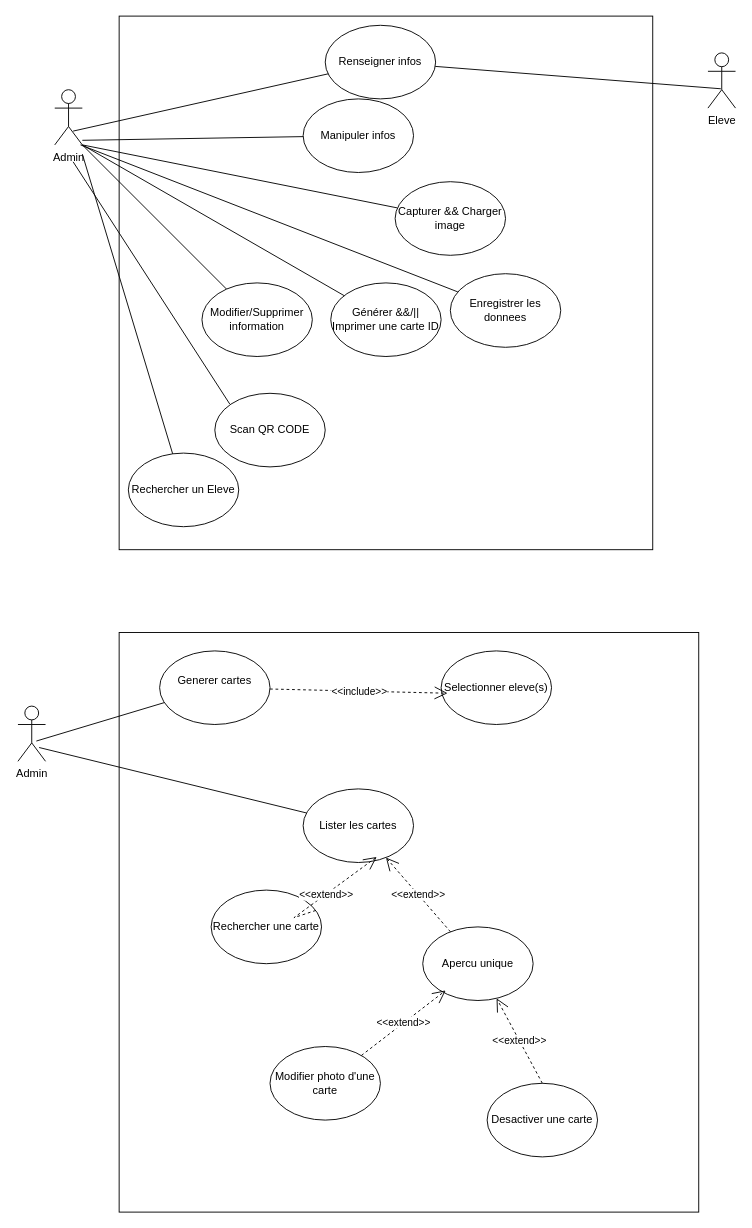
djibzo/gitgit keeps this draw.io diagram as Diagramme sans nom.drawio. Above is the earlier version. Source tidied: cells renumbered, new cells numbered last; positions are measured from the earlier drawing's top-left corner, leaving out a move shared by most shapes. Both pictures are drawn from the tidied source at 92%, with x=0, y=0 at pixel (17, 16).
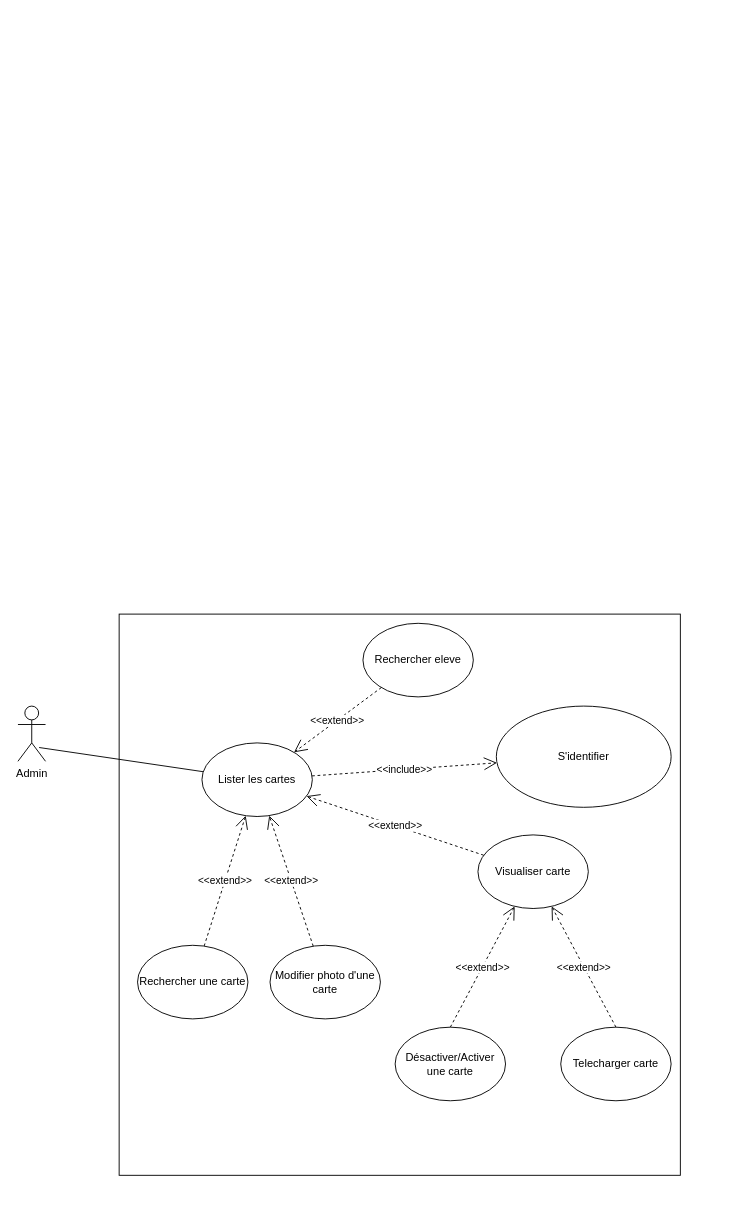
The same diagram, later.

Commit message:
Mettre à jour Diagramme sans nom.drawio

The change refers to these unchanged cells:
```xml
<mxCell id="3" value="Admin" style="shape=umlActor;verticalLabelPosition=bottom;verticalAlign=top;html=1;" parent="1" vertex="1">
  <mxGeometry y="750" width="30" height="60" as="geometry" />
</mxCell>
```

Diff of the diagram source:
```diff
@@
-    <mxCell id="2" style="whiteSpace=wrap;html=1;" parent="1" vertex="1">
-      <mxGeometry x="110" width="580" height="580" as="geometry" />
-    </mxCell>
@@
-    <mxCell id="4" value="Eleve" style="shape=umlActor;verticalLabelPosition=bottom;verticalAlign=top;html=1;" parent="1" vertex="1">
-      <mxGeometry x="750" y="40" width="30" height="60" as="geometry" />
-    </mxCell>
-    <mxCell id="5" value="Renseigner infos" style="ellipse;whiteSpace=wrap;html=1;" parent="1" vertex="1">
-      <mxGeometry x="334" y="10" width="120" height="80" as="geometry" />
-    </mxCell>
-    <mxCell id="6" style="endArrow=none;html=1;rounded=0;" parent="1" edge="1" target="5">
-      <mxGeometry relative="1" as="geometry">
-        <mxPoint x="60" y="125" as="sourcePoint" />
-      </mxGeometry>
-    </mxCell>
-    <mxCell id="7" value="Manipuler infos" style="ellipse;whiteSpace=wrap;html=1;" parent="1" vertex="1">
-      <mxGeometry x="310" y="90" width="120" height="80" as="geometry" />
-    </mxCell>
-    <mxCell id="8" style="endArrow=none;html=1;rounded=0;" parent="1" edge="1" target="7">
-      <mxGeometry relative="1" as="geometry">
-        <mxPoint x="70" y="135" as="sourcePoint" />
-      </mxGeometry>
-    </mxCell>
-    <mxCell id="9" style="endArrow=none;html=1;rounded=0;" parent="1" edge="1" target="10">
-      <mxGeometry relative="1" as="geometry">
-        <mxPoint x="70" y="140" as="sourcePoint" />
-      </mxGeometry>
-    </mxCell>
-    <mxCell id="10" value="Capturer &amp;amp;&amp;amp; Charger image" style="ellipse;whiteSpace=wrap;html=1;" parent="1" vertex="1">
-      <mxGeometry x="410" y="180" width="120" height="80" as="geometry" />
-    </mxCell>
-    <mxCell id="11" style="endArrow=none;html=1;rounded=0;entryX=0.467;entryY=0.65;entryDx=0;entryDy=0;entryPerimeter=0;" parent="1" edge="1" source="5" target="4">
-      <mxGeometry relative="1" as="geometry" />
-    </mxCell>
-    <mxCell id="12" style="endArrow=none;html=1;rounded=0;" parent="1" edge="1" target="13">
-      <mxGeometry relative="1" as="geometry">
-        <mxPoint x="68" y="140" as="sourcePoint" />
-      </mxGeometry>
-    </mxCell>
-    <mxCell id="13" value="Enregistrer les donnees" style="ellipse;whiteSpace=wrap;html=1;" parent="1" vertex="1">
-      <mxGeometry x="470" y="280" width="120" height="80" as="geometry" />
-    </mxCell>
-    <mxCell id="14" value="Générer &amp;amp;&amp;amp;/|| Imprimer une carte ID" style="ellipse;whiteSpace=wrap;html=1;" parent="1" vertex="1">
-      <mxGeometry x="340" y="290" width="120" height="80" as="geometry" />
-    </mxCell>
-    <mxCell id="15" style="endArrow=none;html=1;rounded=0;" parent="1" edge="1" target="14">
-      <mxGeometry relative="1" as="geometry">
-        <mxPoint x="70" y="140" as="sourcePoint" />
-      </mxGeometry>
-    </mxCell>
-    <mxCell id="16" value="Rechercher un Eleve" style="ellipse;whiteSpace=wrap;html=1;" parent="1" vertex="1">
-      <mxGeometry x="120" y="475" width="120" height="80" as="geometry" />
-    </mxCell>
-    <mxCell id="17" style="endArrow=none;html=1;rounded=0;" parent="1" edge="1" target="16">
-      <mxGeometry relative="1" as="geometry">
-        <mxPoint x="70" y="150" as="sourcePoint" />
-      </mxGeometry>
-    </mxCell>
-    <mxCell id="18" value="Modifier/Supprimer information" style="ellipse;whiteSpace=wrap;html=1;" parent="1" vertex="1">
-      <mxGeometry x="200" y="290" width="120" height="80" as="geometry" />
-    </mxCell>
-    <mxCell id="19" style="endArrow=none;html=1;rounded=0;" parent="1" edge="1" target="18">
-      <mxGeometry relative="1" as="geometry">
-        <mxPoint x="70" y="140" as="sourcePoint" />
-      </mxGeometry>
-    </mxCell>
-    <mxCell id="20" value="Scan QR CODE" style="ellipse;whiteSpace=wrap;html=1;" parent="1" vertex="1">
-      <mxGeometry x="214" y="410" width="120" height="80" as="geometry" />
-    </mxCell>
-    <mxCell id="21" style="endArrow=none;html=1;rounded=0;" parent="1" edge="1">
-      <mxGeometry relative="1" as="geometry">
-        <mxPoint x="60" y="158.4" as="sourcePoint" />
-        <mxPoint x="230.2" y="421.6" as="targetPoint" />
-      </mxGeometry>
-    </mxCell>
     <mxCell id="22" style="whiteSpace=wrap;html=1;" parent="1" vertex="1">
-      <mxGeometry x="110" y="670" width="630" height="630" as="geometry" />
+      <mxGeometry x="110" y="650" width="610" height="610" as="geometry" />
     </mxCell>
-    <mxCell id="23" value="Admin" style="shape=umlActor;verticalLabelPosition=bottom;verticalAlign=top;html=1;" parent="1" vertex="1">
-      <mxGeometry x="40" y="80" width="30" height="60" as="geometry" />
-    </mxCell>
-    <mxCell id="24" value="Generer cartes&lt;div&gt;&lt;br&gt;&lt;/div&gt;" style="ellipse;whiteSpace=wrap;html=1;" parent="1" vertex="1">
-      <mxGeometry x="154" y="690" width="120" height="80" as="geometry" />
-    </mxCell>
     <mxCell id="25" value="&lt;div&gt;Lister les cartes&lt;/div&gt;" style="ellipse;whiteSpace=wrap;html=1;" parent="1" vertex="1">
-      <mxGeometry x="310" y="840" width="120" height="80" as="geometry" />
+      <mxGeometry x="200" y="790" width="120" height="80" as="geometry" />
     </mxCell>
-    <mxCell id="26" value="&lt;div&gt;Desactiver une carte&lt;/div&gt;" style="ellipse;whiteSpace=wrap;html=1;" parent="1" vertex="1">
-      <mxGeometry x="510" y="1160" width="120" height="80" as="geometry" />
+    <mxCell id="26" value="&lt;div&gt;Désactiver/Activer une carte&lt;/div&gt;" style="ellipse;whiteSpace=wrap;html=1;" parent="1" vertex="1">
+      <mxGeometry x="410" y="1099" width="120" height="80" as="geometry" />
     </mxCell>
     <mxCell id="27" value="&lt;div&gt;Rechercher une carte&lt;/div&gt;" style="ellipse;whiteSpace=wrap;html=1;" parent="1" vertex="1">
-      <mxGeometry x="210" y="950" width="120" height="80" as="geometry" />
+      <mxGeometry x="130" y="1010" width="120" height="80" as="geometry" />
     </mxCell>
-    <mxCell id="28" value="&amp;lt;&amp;lt;extend&amp;gt;&amp;gt;" style="endArrow=open;endSize=12;dashed=1;html=1;rounded=0;entryX=0.667;entryY=0.925;entryDx=0;entryDy=0;entryPerimeter=0;" parent="1" edge="1" source="27" target="25">
-      <mxGeometry relative="1" as="geometry">
-        <Array as="points">
-          <mxPoint x="300" y="980" />
-        </Array>
-      </mxGeometry>
+    <mxCell id="28" value="&amp;lt;&amp;lt;extend&amp;gt;&amp;gt;" style="endArrow=open;endSize=12;dashed=1;html=1;rounded=0;" parent="1" edge="1" source="27" target="25">
+      <mxGeometry relative="1" as="geometry" />
     </mxCell>
@@
-    <mxCell id="30" value="&lt;div&gt;Selectionner eleve(s)&lt;/div&gt;" style="ellipse;whiteSpace=wrap;html=1;" parent="1" vertex="1">
-      <mxGeometry x="460" y="690" width="120" height="80" as="geometry" />
+    <mxCell id="30" value="&lt;div&gt;Rechercher eleve&lt;/div&gt;" style="ellipse;whiteSpace=wrap;html=1;" parent="1" vertex="1">
+      <mxGeometry x="375" y="660" width="120" height="80" as="geometry" />
     </mxCell>
-    <mxCell id="31" value="&amp;lt;&amp;lt;include&amp;gt;&amp;gt;" style="endArrow=open;endSize=12;dashed=1;html=1;rounded=0;entryX=0.058;entryY=0.575;entryDx=0;entryDy=0;entryPerimeter=0;" parent="1" edge="1" source="24" target="30">
-      <mxGeometry relative="1" as="geometry" />
-    </mxCell>
-    <mxCell id="32" value="&lt;div&gt;Apercu unique&lt;/div&gt;" style="ellipse;whiteSpace=wrap;html=1;" parent="1" vertex="1">
-      <mxGeometry x="440" y="990" width="120" height="80" as="geometry" />
+    <mxCell id="32" value="&lt;div&gt;Visualiser carte&lt;/div&gt;" style="ellipse;whiteSpace=wrap;html=1;" parent="1" vertex="1">
+      <mxGeometry x="500" y="890" width="120" height="80" as="geometry" />
     </mxCell>
@@
     <mxCell id="34" value="&lt;div&gt;Modifier photo d'une carte&lt;/div&gt;" style="ellipse;whiteSpace=wrap;html=1;" parent="1" vertex="1">
-      <mxGeometry x="274" y="1120" width="120" height="80" as="geometry" />
+      <mxGeometry x="274" y="1010" width="120" height="80" as="geometry" />
     </mxCell>
-    <mxCell id="35" value="&amp;lt;&amp;lt;extend&amp;gt;&amp;gt;" style="endArrow=open;endSize=12;dashed=1;html=1;rounded=0;entryX=0.208;entryY=0.863;entryDx=0;entryDy=0;entryPerimeter=0;" parent="1" edge="1" source="34" target="32">
+    <mxCell id="35" value="&amp;lt;&amp;lt;extend&amp;gt;&amp;gt;" style="endArrow=open;endSize=12;dashed=1;html=1;rounded=0;" parent="1" edge="1" source="34" target="25">
       <mxGeometry relative="1" as="geometry" />
     </mxCell>
@@
-    <mxCell id="37" style="endArrow=none;html=1;rounded=0;exitX=0.667;exitY=0.633;exitDx=0;exitDy=0;exitPerimeter=0;" parent="1" edge="1" source="3" target="24">
-      <mxGeometry relative="1" as="geometry" />
-    </mxCell>
+    <mxCell id="31" value="&amp;lt;&amp;lt;include&amp;gt;&amp;gt;" style="endArrow=open;endSize=12;dashed=1;html=1;rounded=0;" parent="1" edge="1" source="25" target="38">
+      <mxGeometry relative="1" as="geometry" />
+    </mxCell>
+    <mxCell id="38" value="&lt;div&gt;S'identifier&lt;/div&gt;" style="ellipse;whiteSpace=wrap;html=1;" parent="1" vertex="1">
+      <mxGeometry x="520" y="750" width="190" height="110" as="geometry" />
+    </mxCell>
+    <mxCell id="39" value="&amp;lt;&amp;lt;extend&amp;gt;&amp;gt;" style="endArrow=open;endSize=12;dashed=1;html=1;rounded=0;exitX=0.5;exitY=0;exitDx=0;exitDy=0;" parent="1" edge="1" source="41" target="32">
+      <mxGeometry relative="1" as="geometry" />
+    </mxCell>
+    <mxCell id="40" style="endArrow=open;endSize=12;dashed=1;html=1;rounded=0;exitX=0.5;exitY=0;exitDx=0;exitDy=0;" parent="1" edge="1" target="41">
+      <mxGeometry relative="1" as="geometry">
+        <mxPoint x="628" y="1141" as="sourcePoint" />
+      </mxGeometry>
+    </mxCell>
+    <mxCell id="41" value="&lt;div&gt;Telecharger carte&lt;/div&gt;" style="ellipse;whiteSpace=wrap;html=1;" parent="1" vertex="1">
+      <mxGeometry x="590" y="1099" width="120" height="80" as="geometry" />
+    </mxCell>
+    <mxCell id="42" value="&amp;lt;&amp;lt;extend&amp;gt;&amp;gt;" style="endArrow=open;endSize=12;dashed=1;html=1;rounded=0;" parent="1" edge="1" source="30" target="25">
+      <mxGeometry x="0.01" relative="1" as="geometry" />
+    </mxCell>
```
